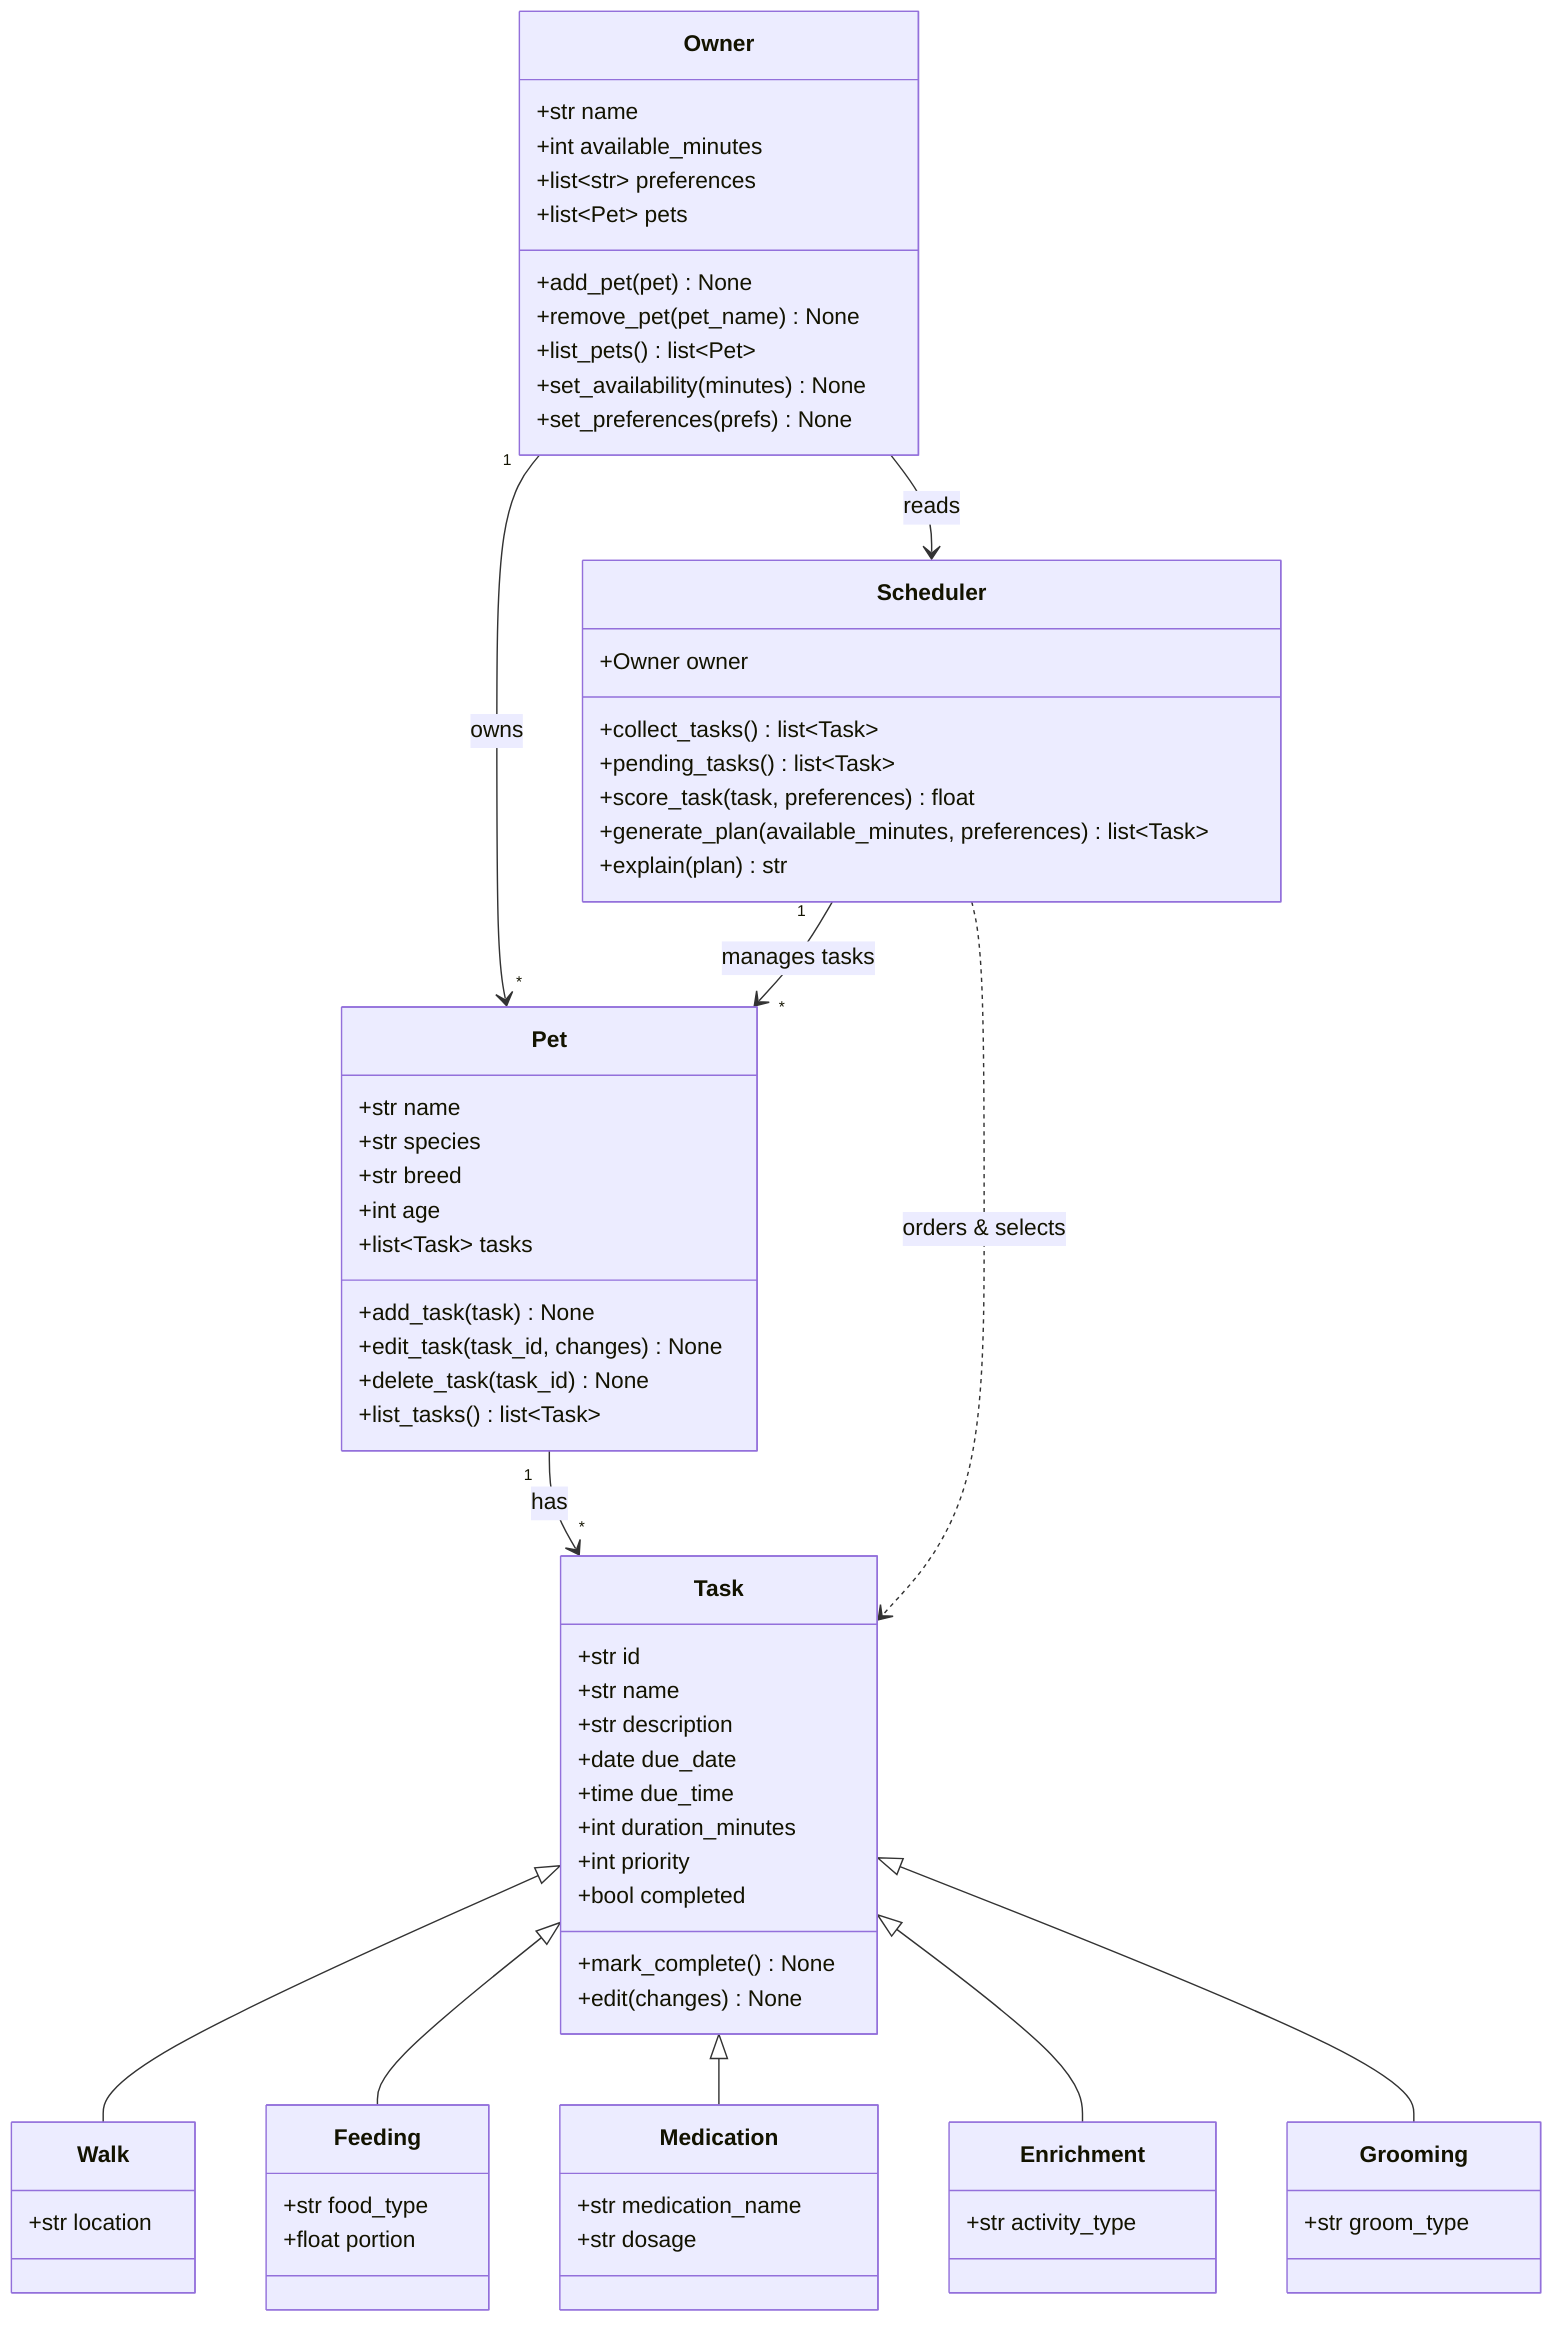
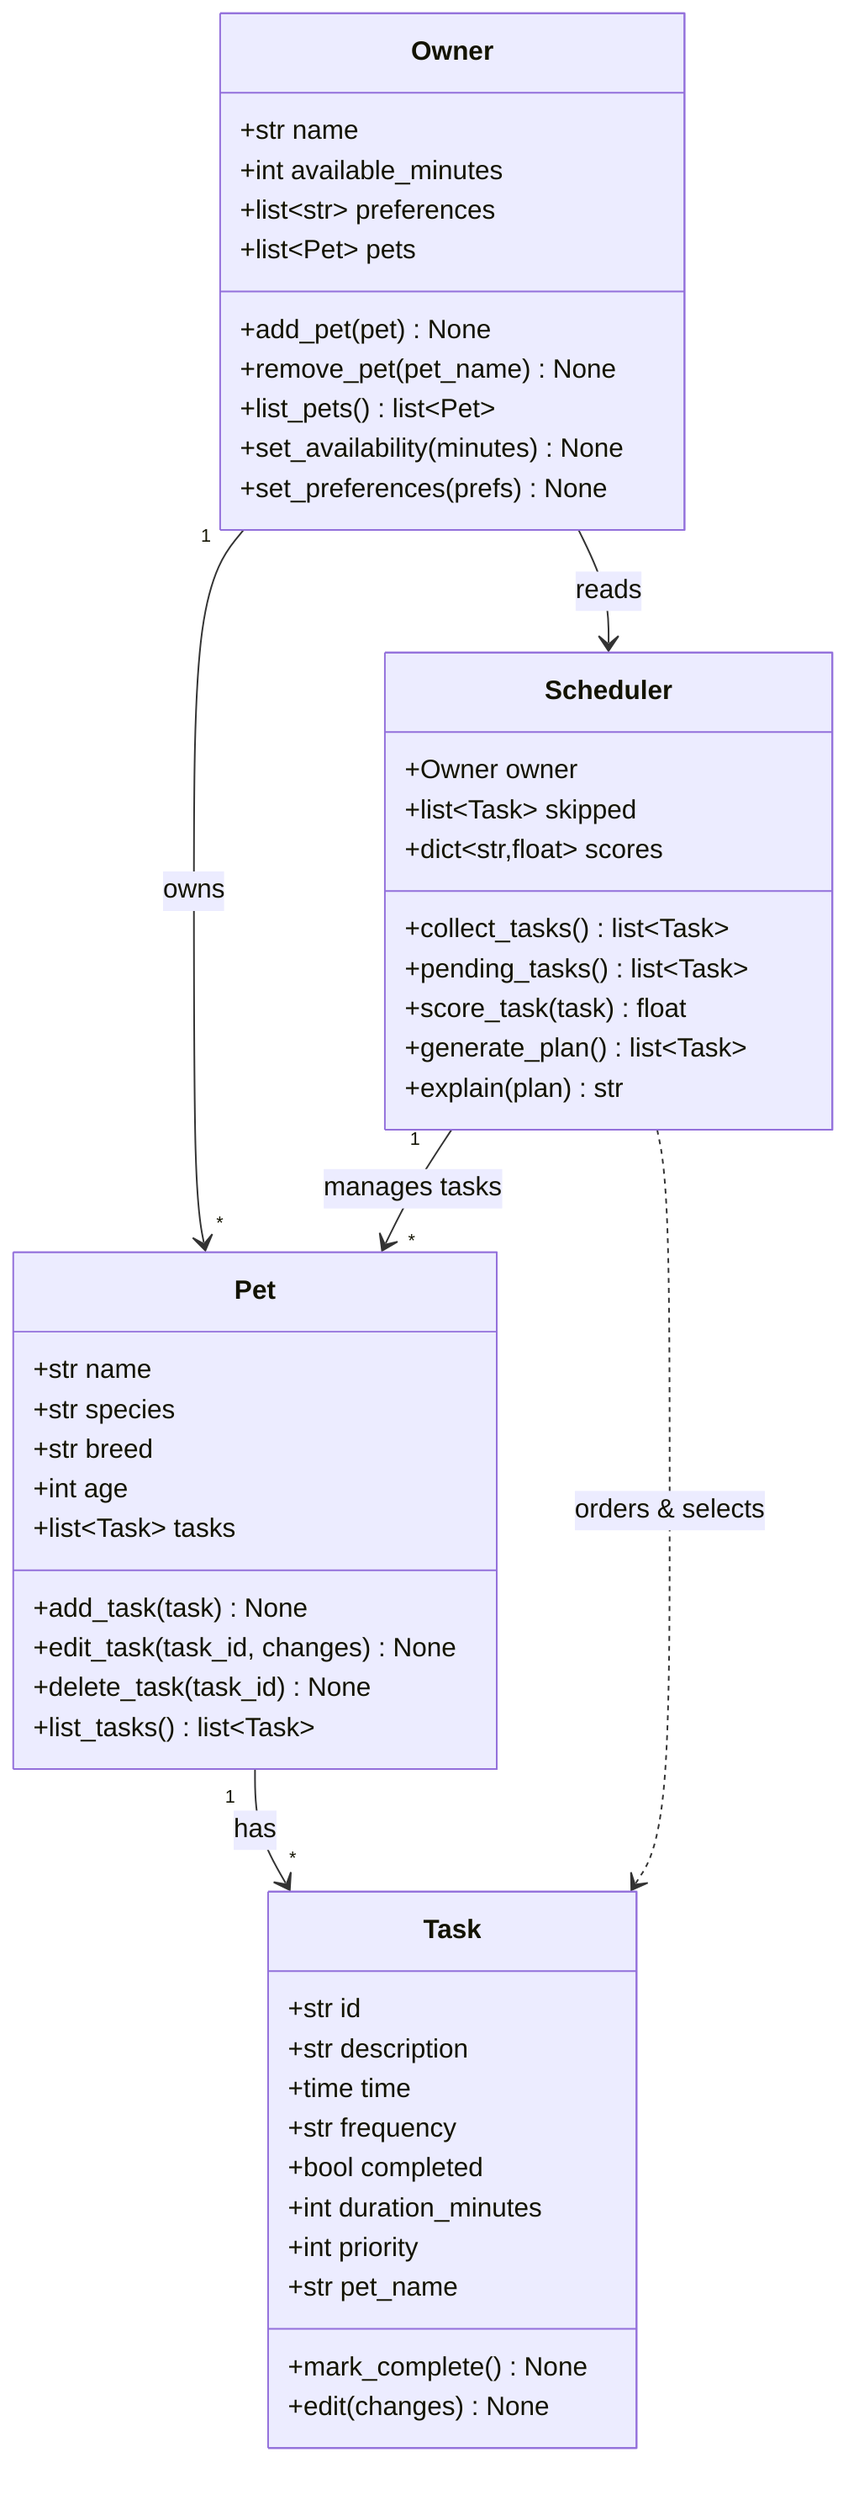
classDiagram
    %% PawPal+ class design
    %% Owner owns Pets; each Pet owns its Tasks; the Scheduler pulls tasks
    %% across ALL of an owner's pets and builds a prioritized plan.

    class Owner {
        +str name
        +int available_minutes
        +list~str~ preferences
        +list~Pet~ pets
        +add_pet(pet) None
        +remove_pet(pet_name) None
        +list_pets() list~Pet~
        +set_availability(minutes) None
        +set_preferences(prefs) None
    }

    class Pet {
        +str name
        +str species
        +str breed
        +int age
        +list~Task~ tasks
        +add_task(task) None
        +edit_task(task_id, changes) None
        +delete_task(task_id) None
        +list_tasks() list~Task~
    }

    class Task {
        +str id
-         +str name
        +str description
-         +date due_date
-         +time due_time
+         +time time
+         +str frequency
+         +bool completed
        +int duration_minutes
        +int priority
-         +bool completed
+         +str pet_name
        +mark_complete() None
        +edit(changes) None
    }

-     class Walk {
-         +str location
-     }
-     class Feeding {
-         +str food_type
-         +float portion
-     }
-     class Medication {
-         +str medication_name
-         +str dosage
-     }
-     class Enrichment {
-         +str activity_type
-     }
-     class Grooming {
-         +str groom_type
-     }
- 
    class Scheduler {
        +Owner owner
+         +list~Task~ skipped
+         +dict~str,float~ scores
        +collect_tasks() list~Task~
        +pending_tasks() list~Task~
-         +score_task(task, preferences) float
-         +generate_plan(available_minutes, preferences) list~Task~
+         +score_task(task) float
+         +generate_plan() list~Task~
        +explain(plan) str
    }

    Owner "1" --> "*" Pet : owns
    Pet "1" --> "*" Task : has
    Scheduler "1" --> "*" Pet : manages tasks
-     Task <|-- Walk
-     Task <|-- Feeding
-     Task <|-- Medication
-     Task <|-- Enrichment
-     Task <|-- Grooming
    Owner --> Scheduler : reads
-     Scheduler ..> Task : orders & selects+     Scheduler ..> Task : orders & selects
